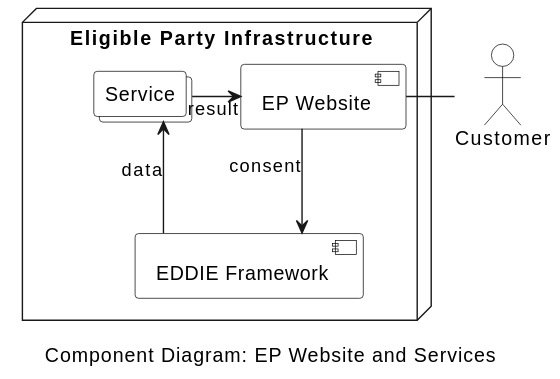
Above: arc42/05-building-block-view/components/components/ep-website/figures/component-diagram-ep-website.svg in eddie-energy/architecture (PlantUML), before the change. Its diagram source:
```plantuml
@startuml component-diagram-ep-website
caption Component Diagram: EP Website and Services
skinparam linetype ortho
skinparam interface {
  backgroundColor transparent
  borderColor black
}
skinparam component{
  BorderColor black
  BackgroundColor transparent
}
skinparam actor{
  BorderColor black
  BackgroundColor transparent
}

skinparam rectangle{
  BorderColor transparent
  BackgroundColor transparent
  FontColor transparent
}
skinparam collections{
  BorderColor black
  BackgroundColor white
}



node "Eligible Party Infrastructure"  as epInfra{
  component "EDDIE Framework" as eddie
  component "EP Website" as ui
  collections "Service" as service

  ui -down-> eddie : consent
  service -right-> ui : result
  eddie -up-> service : data
}

actor "Customer" as consumer

consumer -right- ui




@enduml
```
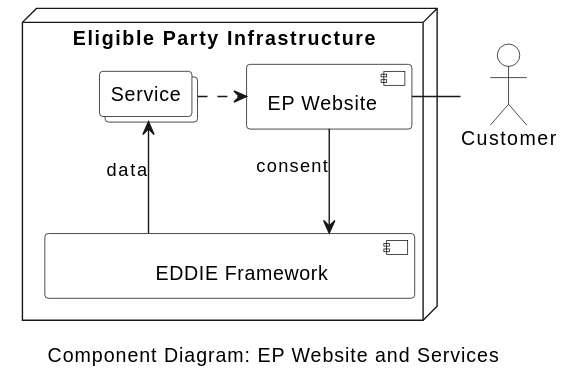
The same diagram one commit later.

Change to the diagram source:
```diff
@@ -27,12 +27,12 @@
 
 
 node "Eligible Party Infrastructure"  as epInfra{
-  component "EDDIE Framework" as eddie
+  component "\t\tEDDIE Framework\t\t" as eddie
   component "EP Website" as ui
   collections "Service" as service
 
   ui -down-> eddie : consent
-  service -right-> ui : result
+  service .-right--> ui
   eddie -up-> service : data
 }
 
```
